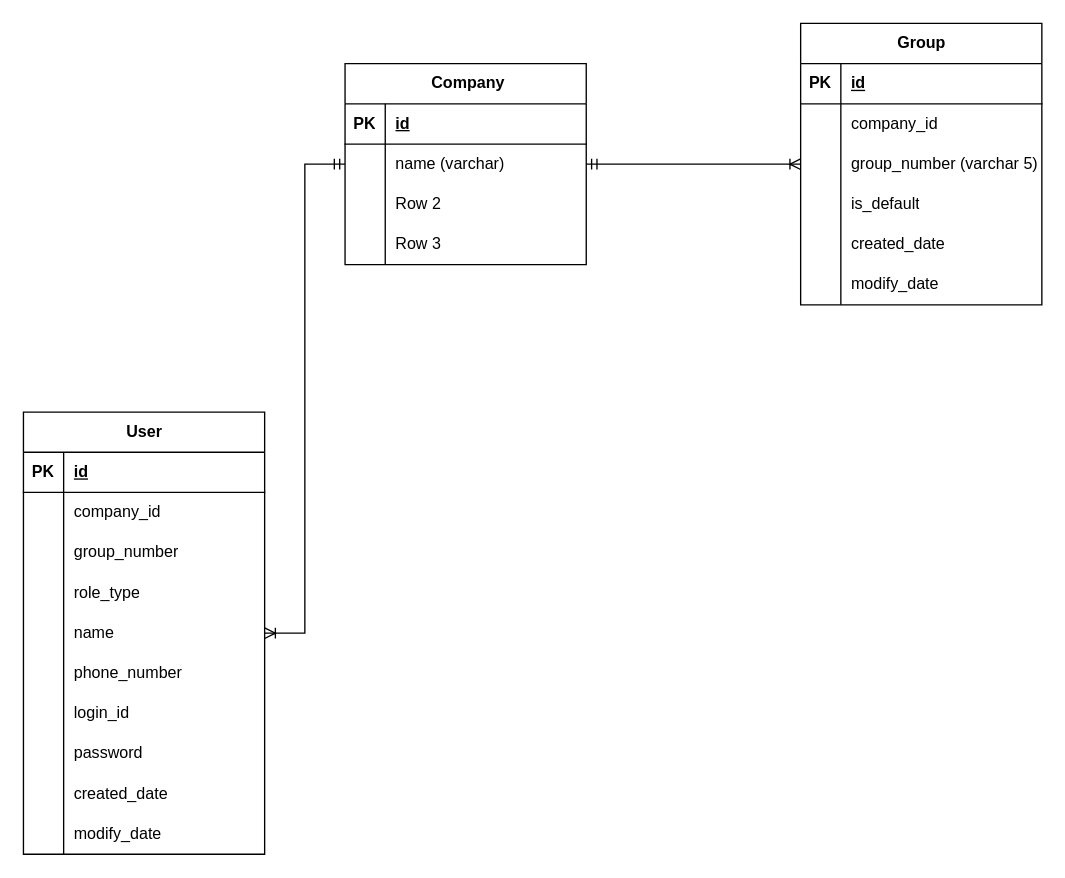
Above: grit.drawio in gojunghyo/erd_study (draw.io), before the change. Source tidied: cells renumbered, new cells numbered last; positions are measured from the earlier drawing's top-left corner, leaving out a move shared by most shapes. Both pictures are drawn from the tidied source at 134%, with x=0, y=0 at pixel (23, 23).
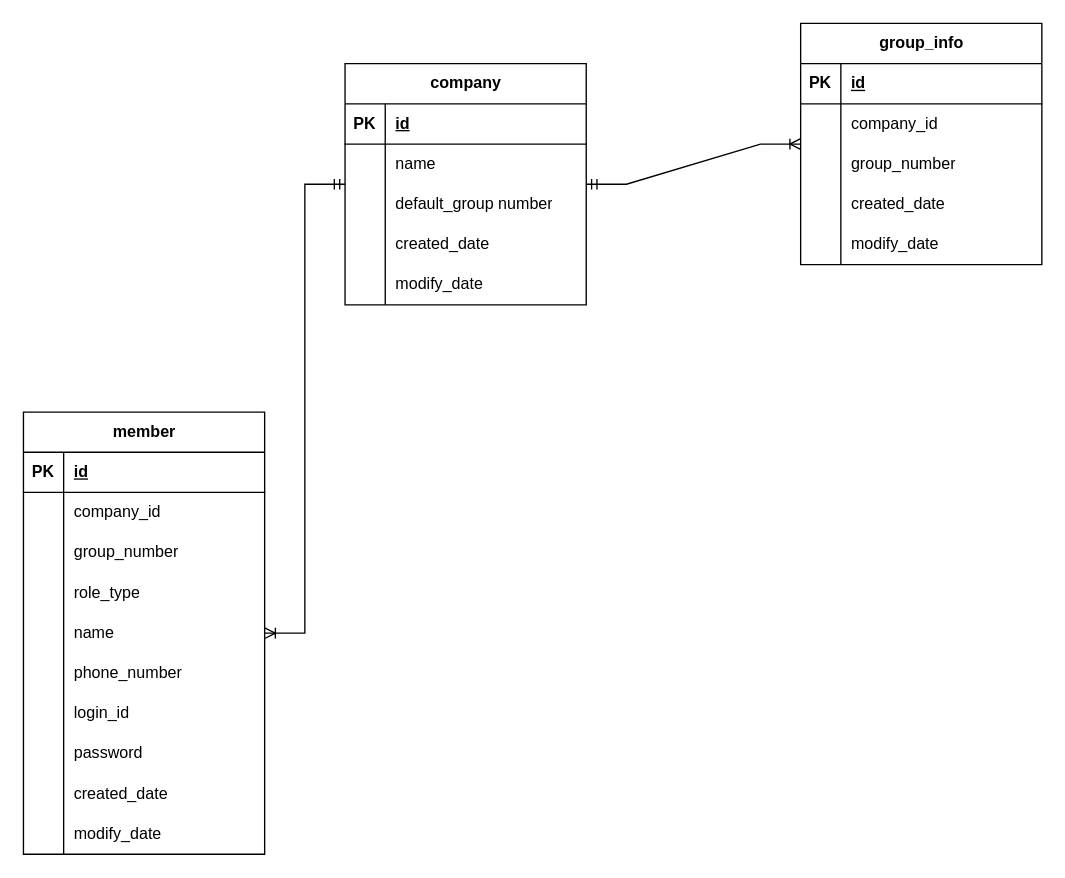
After the change.

Unchanged cells that the change refers to:
```xml
<mxCell id="6" style="shape=tableRow;horizontal=0;startSize=0;swimlaneHead=0;swimlaneBody=0;fillColor=none;top=0;left=0;right=0;bottom=0;" parent="2" vertex="1">
  <mxGeometry y="60" width="180" height="30" as="geometry" />
</mxCell>
<mxCell id="9" style="shape=tableRow;horizontal=0;startSize=0;swimlaneHead=0;swimlaneBody=0;fillColor=none;top=0;left=0;right=0;bottom=0;" parent="2" vertex="1">
  <mxGeometry y="90" width="180" height="30" as="geometry" />
</mxCell>
<mxCell id="12" style="shape=tableRow;horizontal=0;startSize=0;swimlaneHead=0;swimlaneBody=0;fillColor=none;top=0;left=0;right=0;bottom=0;" parent="2" vertex="1">
  <mxGeometry y="120" width="180" height="30" as="geometry" />
</mxCell>
<mxCell id="54" style="shape=tableRow;horizontal=0;startSize=0;swimlaneHead=0;swimlaneBody=0;fillColor=none;top=0;left=0;right=0;bottom=0;" parent="47" vertex="1">
  <mxGeometry y="90" width="180" height="30" as="geometry" />
</mxCell>
```

Change to the diagram source:
```diff
@@
-    <mxCell id="2" value="&amp;nbsp;Company" style="shape=table;startSize=30;childLayout=tableLayout;rowLines=0;fontStyle=1;align=center;html=1;" parent="1" vertex="1">
-      <mxGeometry x="240" y="30" width="180" height="150" as="geometry" />
+    <mxCell id="2" value="company" style="shape=table;startSize=30;childLayout=tableLayout;rowLines=0;fontStyle=1;align=center;html=1;" parent="1" vertex="1">
+      <mxGeometry x="240" y="30" width="180" height="180" as="geometry" />
     </mxCell>
@@
-    <mxCell id="8" value="name (varchar)" style="shape=partialRectangle;fillColor=none;top=0;left=0;bottom=0;right=0;align=left;spacingLeft=6;overflow=hidden;whiteSpace=wrap;html=1;" parent="6" vertex="1">
+    <mxCell id="8" value="name" style="shape=partialRectangle;fillColor=none;top=0;left=0;bottom=0;right=0;align=left;spacingLeft=6;overflow=hidden;whiteSpace=wrap;html=1;" parent="6" vertex="1">
       <mxGeometry x="30" width="150" height="30" as="geometry" />
     </mxCell>
@@
-    <mxCell id="11" value="Row 2" style="shape=partialRectangle;fillColor=none;top=0;left=0;bottom=0;right=0;align=left;spacingLeft=6;overflow=hidden;whiteSpace=wrap;html=1;" parent="9" vertex="1">
+    <mxCell id="11" value="default_group number" style="shape=partialRectangle;fillColor=none;top=0;left=0;bottom=0;right=0;align=left;spacingLeft=6;overflow=hidden;whiteSpace=wrap;html=1;" parent="9" vertex="1">
       <mxGeometry x="30" width="150" height="30" as="geometry" />
     </mxCell>
@@
-    <mxCell id="14" value="Row 3" style="shape=partialRectangle;fillColor=none;top=0;left=0;bottom=0;right=0;align=left;spacingLeft=6;overflow=hidden;whiteSpace=wrap;html=1;" parent="12" vertex="1">
+    <mxCell id="14" value="created_date" style="shape=partialRectangle;fillColor=none;top=0;left=0;bottom=0;right=0;align=left;spacingLeft=6;overflow=hidden;whiteSpace=wrap;html=1;" parent="12" vertex="1">
       <mxGeometry x="30" width="150" height="30" as="geometry" />
     </mxCell>
+    <mxCell id="67" style="shape=tableRow;horizontal=0;startSize=0;swimlaneHead=0;swimlaneBody=0;fillColor=none;top=0;left=0;right=0;bottom=0;" parent="2" vertex="1">
+      <mxGeometry y="150" width="180" height="30" as="geometry" />
+    </mxCell>
+    <mxCell id="58" style="shape=partialRectangle;fillColor=none;top=0;left=0;bottom=0;right=0;overflow=hidden;whiteSpace=wrap;html=1;" parent="67" vertex="1">
+      <mxGeometry width="30" height="30" as="geometry" />
+    </mxCell>
+    <mxCell id="68" value="modify_date" style="shape=partialRectangle;fillColor=none;top=0;left=0;bottom=0;right=0;align=left;spacingLeft=6;overflow=hidden;whiteSpace=wrap;html=1;" parent="67" vertex="1">
+      <mxGeometry x="30" width="150" height="30" as="geometry" />
+    </mxCell>
-    <mxCell id="15" value="User" style="shape=table;startSize=30;childLayout=tableLayout;rowLines=0;fontStyle=1;align=center;html=1;" parent="1" vertex="1">
+    <mxCell id="15" value="member" style="shape=table;startSize=30;childLayout=tableLayout;rowLines=0;fontStyle=1;align=center;html=1;" parent="1" vertex="1">
       <mxGeometry y="290" width="180" height="330" as="geometry" />
     </mxCell>
@@
-    <mxCell id="47" value="Group" style="shape=table;startSize=30;childLayout=tableLayout;rowLines=0;fontStyle=1;align=center;html=1;" parent="1" vertex="1">
-      <mxGeometry x="580" width="180" height="210" as="geometry" />
+    <mxCell id="47" value="group_info" style="shape=table;startSize=30;childLayout=tableLayout;rowLines=0;fontStyle=1;align=center;html=1;" parent="1" vertex="1">
+      <mxGeometry x="580" width="180" height="180" as="geometry" />
     </mxCell>
@@
-    <mxCell id="56" value="group_number (varchar 5)" style="shape=partialRectangle;fillColor=none;top=0;left=0;bottom=0;right=0;align=left;spacingLeft=6;overflow=hidden;whiteSpace=wrap;html=1;" parent="54" vertex="1">
+    <mxCell id="56" value="group_number" style="shape=partialRectangle;fillColor=none;top=0;left=0;bottom=0;right=0;align=left;spacingLeft=6;overflow=hidden;whiteSpace=wrap;html=1;" parent="54" vertex="1">
       <mxGeometry x="30" width="150" height="30" as="geometry" />
     </mxCell>
-    <mxCell id="57" style="shape=tableRow;horizontal=0;startSize=0;swimlaneHead=0;swimlaneBody=0;fillColor=none;top=0;left=0;right=0;bottom=0;" parent="47" vertex="1">
-      <mxGeometry y="120" width="180" height="30" as="geometry" />
-    </mxCell>
-    <mxCell id="58" style="shape=partialRectangle;fillColor=none;top=0;left=0;bottom=0;right=0;overflow=hidden;whiteSpace=wrap;html=1;" parent="57" vertex="1">
-      <mxGeometry width="30" height="30" as="geometry" />
-    </mxCell>
-    <mxCell id="59" value="is_default" style="shape=partialRectangle;fillColor=none;top=0;left=0;bottom=0;right=0;align=left;spacingLeft=6;overflow=hidden;whiteSpace=wrap;html=1;" parent="57" vertex="1">
-      <mxGeometry x="30" width="150" height="30" as="geometry" />
-    </mxCell>
     <mxCell id="60" style="shape=tableRow;horizontal=0;startSize=0;swimlaneHead=0;swimlaneBody=0;fillColor=none;top=0;left=0;right=0;bottom=0;" parent="47" vertex="1">
-      <mxGeometry y="150" width="180" height="30" as="geometry" />
+      <mxGeometry y="120" width="180" height="30" as="geometry" />
     </mxCell>
@@
     <mxCell id="63" style="shape=tableRow;horizontal=0;startSize=0;swimlaneHead=0;swimlaneBody=0;fillColor=none;top=0;left=0;right=0;bottom=0;" parent="47" vertex="1">
-      <mxGeometry y="180" width="180" height="30" as="geometry" />
+      <mxGeometry y="150" width="180" height="30" as="geometry" />
     </mxCell>
```
